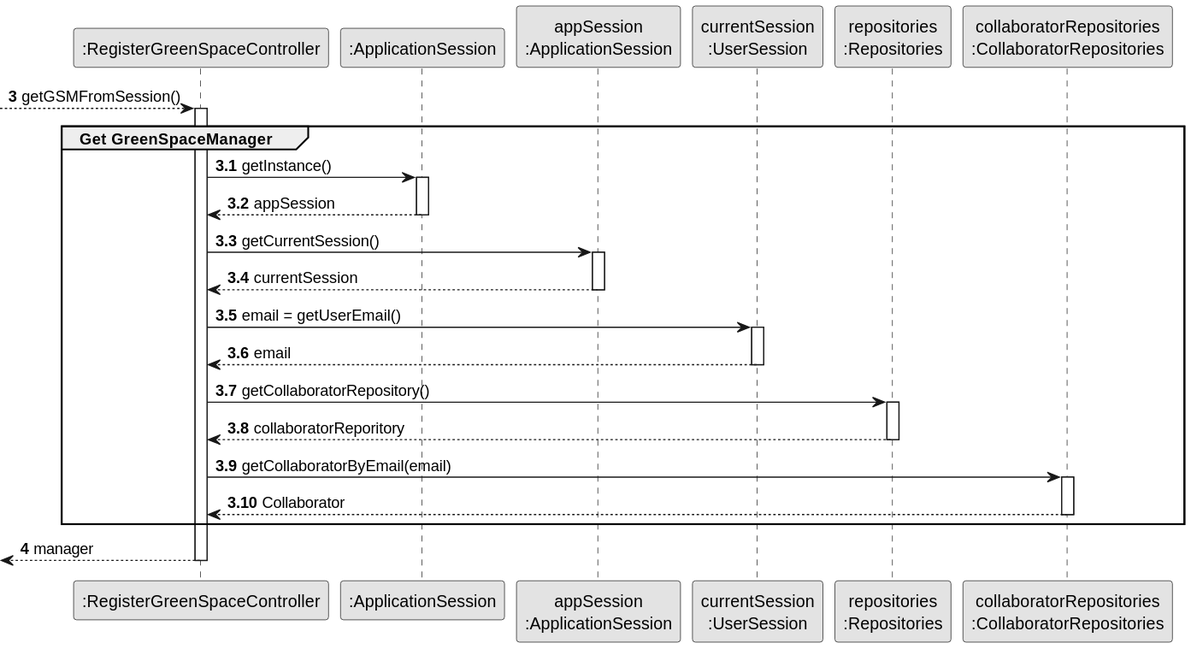
Earlier version of the PlantUML export docs/sprint3/us21/03.design/svg/us21-partial-sequence-diagram-get-GSM.svg (Departamento-de-Engenharia-Informatica/lei-24-s2-1db-g022).
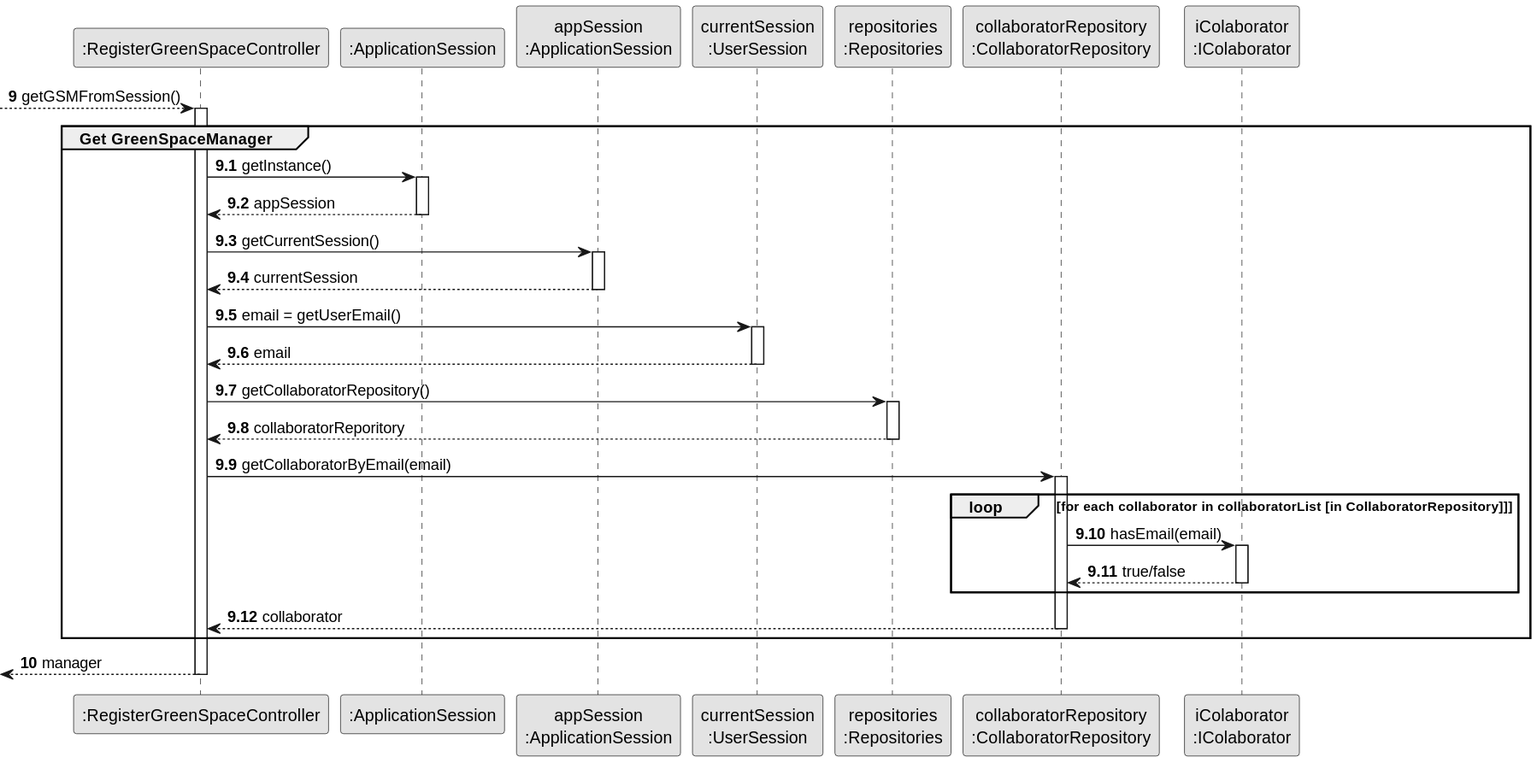
The same file after the commit.

What changed in the source:
```diff
@@ -7,13 +7,14 @@
 participant "appSession\n:ApplicationSession" as APP
 participant "currentSession\n:UserSession" as SESSAO
 participant "repositories\n:Repositories" as REPO
-participant "collaboratorRepositories\n:CollaboratorRepositories" as COLREPO
+participant "collaboratorRepository\n:CollaboratorRepository" as COLREPO
+participant "iColaborator\n:IColaborator" as ICOL
 
-autonumber 3
+autonumber 9
 
 --> CTRL : getGSMFromSession()
 
-autonumber 3.1
+autonumber 9.1
 
 activate CTRL
 
@@ -56,12 +57,24 @@
 
 activate COLREPO
 
-COLREPO --> CTRL : Collaborator
+loop for each collaborator in collaboratorList [in CollaboratorRepository]]
+
+COLREPO -> ICOL : hasEmail(email)
+
+activate ICOL
+
+ICOL --> COLREPO : true/false
+
+deactivate ICOL
+
+end
+
+COLREPO --> CTRL : collaborator
 
 deactivate COLREPO
 
 end
-autonumber 4
+autonumber 10
 
 <--CTRL : manager
 deactivate CTRL
```
